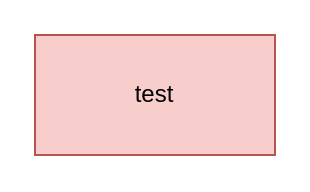
Above: 分析文档/Untitled Diagram.drawio in 12MegaA21/CodeCode (draw.io), before the change. Source tidied: cells renumbered, new cells numbered last; positions are measured from the earlier drawing's top-left corner, leaving out a move shared by most shapes. Both pictures are drawn from the tidied source at 200%, with x=0, y=0 at pixel (34, 34).
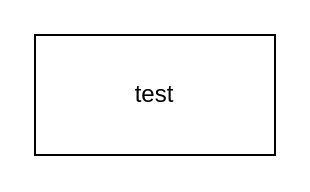
After the change.

What changed in the source:
```diff
@@
 <mxGraphModel>
   <root>
     <mxCell id="0" />
     <mxCell id="1" parent="0" />
-    <mxCell id="2" value="test&lt;br&gt;" style="rounded=0;whiteSpace=wrap;html=1;fillColor=#f8cecc;strokeColor=#b85450;" parent="1" vertex="1">
+    <mxCell id="2" value="test&lt;br&gt;" style="rounded=0;whiteSpace=wrap;html=1;direction=west;" parent="1" vertex="1">
       <mxGeometry width="120" height="60" as="geometry" />
     </mxCell>
   </root>
 </mxGraphModel>
```
